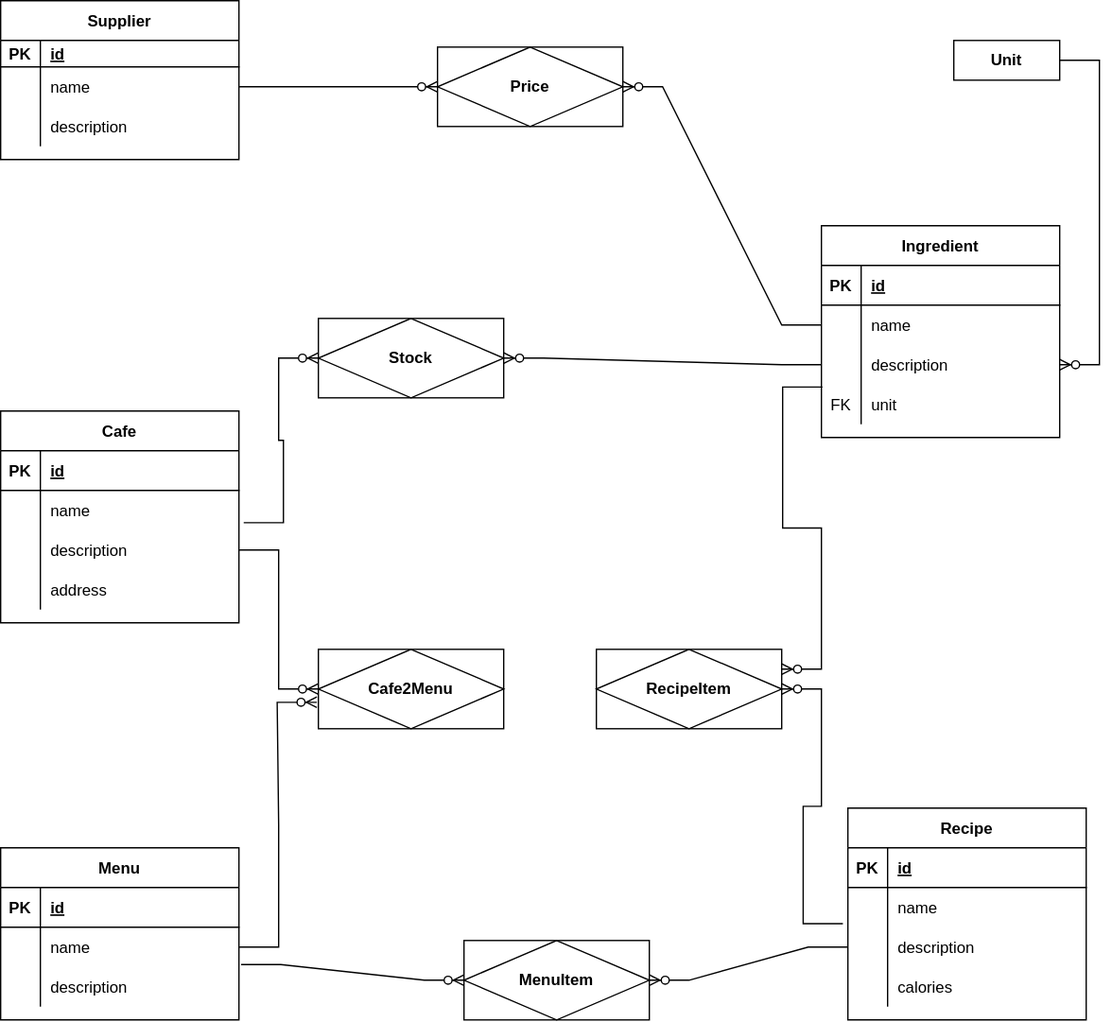
Earlier version of the draw.io export doc/fig/infological.svg (zubrailx/university-itmo). Source tidied: cells renumbered, new cells last; positions are measured from the earlier drawing's top-left corner, leaving out a move shared by most shapes.
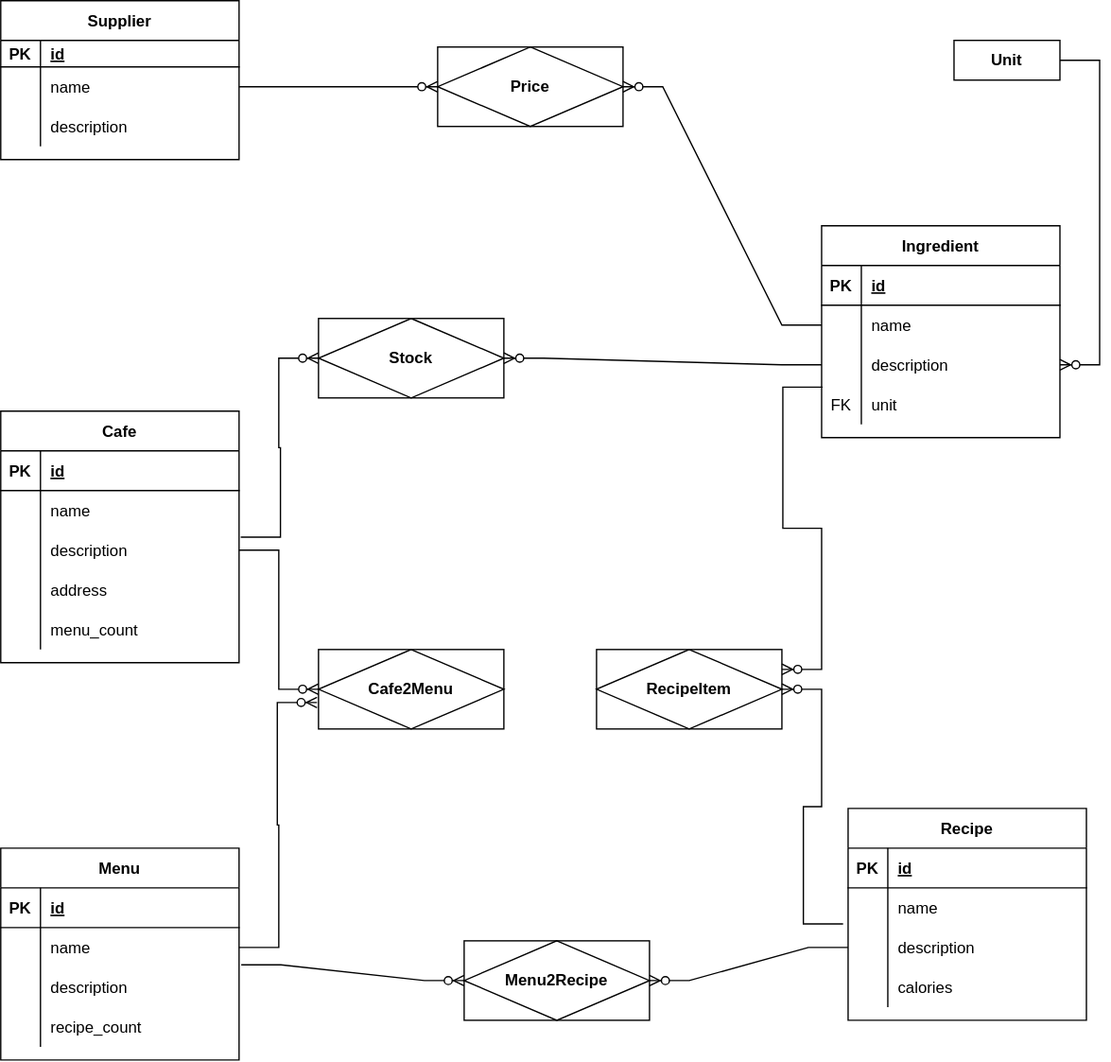
After the change.

Diff of the diagram source:
```diff
@@ -116,11 +116,11 @@
     <mxCell id="39" value="calories" style="shape=partialRectangle;fillColor=none;top=0;left=0;bottom=0;right=0;align=left;spacingLeft=6;overflow=hidden;" parent="37" vertex="1">
       <mxGeometry x="30" width="150" height="30" as="geometry" />
     </mxCell>
-    <mxCell id="40" value="&lt;b&gt;MenuItem&lt;/b&gt;" style="shape=associativeEntity;whiteSpace=wrap;html=1;align=center;" parent="1" vertex="1">
+    <mxCell id="40" value="&lt;b&gt;Menu2Recipe&lt;/b&gt;" style="shape=associativeEntity;whiteSpace=wrap;html=1;align=center;" parent="1" vertex="1">
       <mxGeometry x="350" y="710" width="140" height="60" as="geometry" />
     </mxCell>
     <mxCell id="41" value="Menu" style="shape=table;startSize=30;rowLines=0;fontStyle=1;align=center;" parent="1" vertex="1">
-      <mxGeometry y="640" width="180" height="130" as="geometry" />
+      <mxGeometry y="640" width="180" height="160" as="geometry" />
     </mxCell>
     <mxCell id="42" style="shape=tableRow;horizontal=0;startSize=0;swimlaneHead=0;swimlaneBody=0;fillColor=none;top=0;left=0;right=0;bottom=1;" parent="41" vertex="1">
       <mxGeometry y="30" width="180" height="30" as="geometry" />
@@ -149,11 +149,20 @@
     <mxCell id="50" value="description" style="shape=partialRectangle;fillColor=none;top=0;left=0;bottom=0;right=0;align=left;spacingLeft=6;overflow=hidden;" parent="48" vertex="1">
       <mxGeometry x="30" width="150" height="30" as="geometry" />
     </mxCell>
+    <mxCell id="78" style="shape=tableRow;horizontal=0;startSize=0;swimlaneHead=0;swimlaneBody=0;fillColor=none;top=0;left=0;right=0;bottom=0;" parent="41" vertex="1">
+      <mxGeometry y="120" width="180" height="30" as="geometry" />
+    </mxCell>
+    <mxCell id="79" style="shape=partialRectangle;fillColor=none;top=0;left=0;bottom=0;right=0;overflow=hidden;" parent="78" vertex="1">
+      <mxGeometry width="30" height="30" as="geometry" />
+    </mxCell>
+    <mxCell id="80" value="recipe_count" style="shape=partialRectangle;fillColor=none;top=0;left=0;bottom=0;right=0;align=left;spacingLeft=6;overflow=hidden;" parent="78" vertex="1">
+      <mxGeometry x="30" width="150" height="30" as="geometry" />
+    </mxCell>
     <mxCell id="51" value="&lt;b&gt;Cafe2Menu&lt;/b&gt;" style="shape=associativeEntity;whiteSpace=wrap;html=1;align=center;" parent="1" vertex="1">
       <mxGeometry x="240" y="490" width="140" height="60" as="geometry" />
     </mxCell>
     <mxCell id="52" value="Cafe" style="shape=table;startSize=30;rowLines=0;fontStyle=1;align=center;" parent="1" vertex="1">
-      <mxGeometry y="310" width="180" height="160" as="geometry" />
+      <mxGeometry y="310" width="180" height="190" as="geometry" />
     </mxCell>
     <mxCell id="53" style="shape=tableRow;horizontal=0;startSize=0;swimlaneHead=0;swimlaneBody=0;fillColor=none;top=0;left=0;right=0;bottom=1;" parent="52" vertex="1">
       <mxGeometry y="30" width="180" height="30" as="geometry" />
@@ -191,6 +200,15 @@
     <mxCell id="64" value="address" style="shape=partialRectangle;fillColor=none;top=0;left=0;bottom=0;right=0;align=left;spacingLeft=6;overflow=hidden;" parent="62" vertex="1">
       <mxGeometry x="30" width="150" height="30" as="geometry" />
     </mxCell>
+    <mxCell id="81" style="shape=tableRow;horizontal=0;startSize=0;swimlaneHead=0;swimlaneBody=0;fillColor=none;top=0;left=0;right=0;bottom=0;" parent="52" vertex="1">
+      <mxGeometry y="150" width="180" height="30" as="geometry" />
+    </mxCell>
+    <mxCell id="82" style="shape=partialRectangle;fillColor=none;top=0;left=0;bottom=0;right=0;overflow=hidden;" parent="81" vertex="1">
+      <mxGeometry width="30" height="30" as="geometry" />
+    </mxCell>
+    <mxCell id="83" value="menu_count" style="shape=partialRectangle;fillColor=none;top=0;left=0;bottom=0;right=0;align=left;spacingLeft=6;overflow=hidden;" parent="81" vertex="1">
+      <mxGeometry x="30" width="150" height="30" as="geometry" />
+    </mxCell>
     <mxCell id="65" value="&lt;b&gt;Stock&lt;/b&gt;" style="shape=associativeEntity;whiteSpace=wrap;html=1;align=center;" parent="1" vertex="1">
       <mxGeometry x="240" y="240" width="140" height="60" as="geometry" />
     </mxCell>
@@ -224,7 +242,7 @@
     <mxCell id="75" value="&lt;b&gt;Unit&lt;/b&gt;" style="whiteSpace=wrap;html=1;align=center;" parent="1" vertex="1">
       <mxGeometry x="720" y="30" width="80" height="30" as="geometry" />
     </mxCell>
-    <mxCell id="76" style="edgeStyle=entityRelationEdgeStyle;fontSize=12;html=1;endArrow=ERzeroToMany;endFill=1;rounded=0;entryX=0;entryY=0.5;entryDx=0;entryDy=0;exitX=1.02;exitY=0.811;exitDx=0;exitDy=0;exitPerimeter=0;" parent="1" edge="1" source="56" target="65">
+    <mxCell id="76" style="edgeStyle=entityRelationEdgeStyle;fontSize=12;html=1;endArrow=ERzeroToMany;endFill=1;rounded=0;entryX=0;entryY=0.5;entryDx=0;entryDy=0;exitX=1.007;exitY=0.171;exitDx=0;exitDy=0;exitPerimeter=0;" parent="1" edge="1" source="59" target="65">
       <mxGeometry relative="1" as="geometry" />
     </mxCell>
     <mxCell id="77" style="edgeStyle=entityRelationEdgeStyle;fontSize=12;html=1;endArrow=ERzeroToMany;endFill=1;rounded=0;entryX=1;entryY=0.5;entryDx=0;entryDy=0;exitX=1;exitY=0.5;exitDx=0;exitDy=0;" parent="1" edge="1" source="75" target="19">
```
